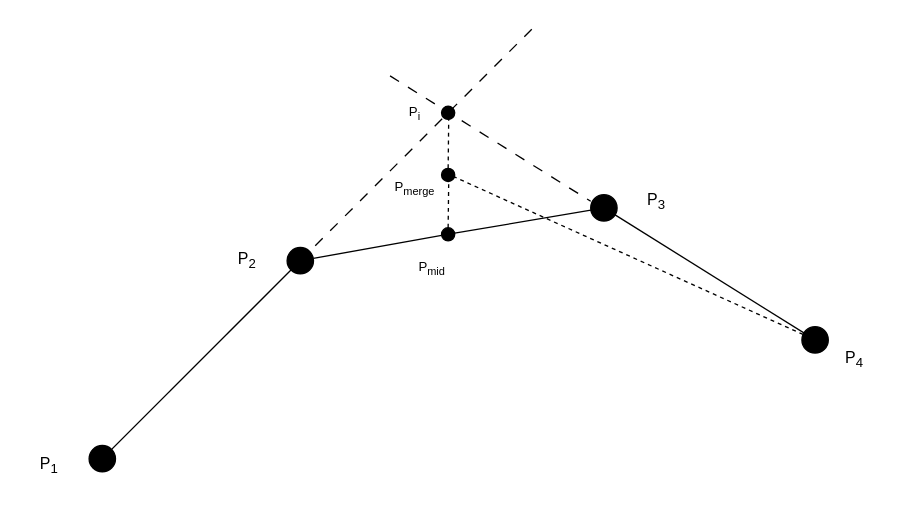
Above: PathFollowing.drawio in Allusteve/DrawioRepo (draw.io), before the change. Source tidied: cells renumbered, new cells numbered last; positions are measured from the earlier drawing's top-left corner, leaving out a move shared by most shapes. Both pictures are drawn from the tidied source at 132%, with x=0, y=0 at pixel (22, 22).
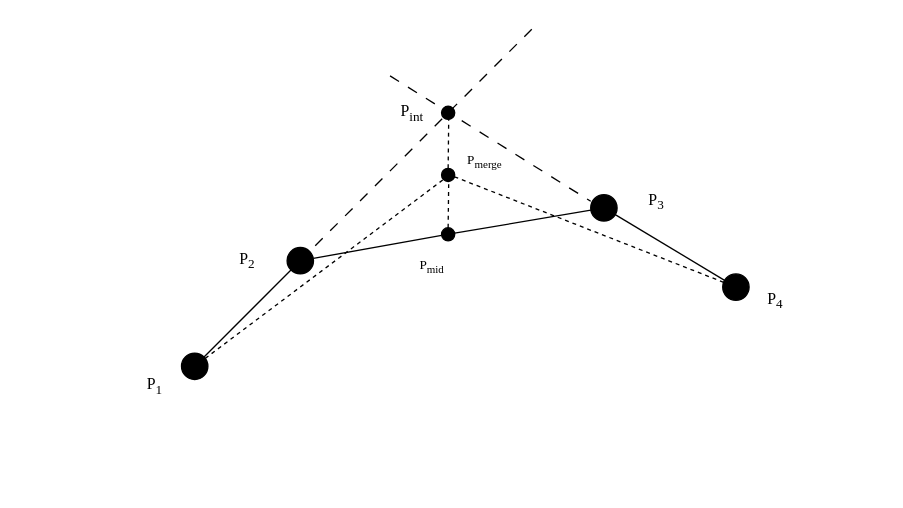
The same diagram, later.

Change to the diagram source:
```diff
@@
-    <mxCell id="2" style="ellipse;whiteSpace=wrap;html=1;fillColor=#000000;" parent="1" vertex="1">
-      <mxGeometry x="50" y="320" width="20" height="20" as="geometry" />
+    <mxCell id="2" style="ellipse;whiteSpace=wrap;html=1;fillColor=#000000;fontFamily=Times New Roman;" parent="1" vertex="1">
+      <mxGeometry x="120" y="250" width="20" height="20" as="geometry" />
     </mxCell>
-    <mxCell id="3" style="ellipse;whiteSpace=wrap;html=1;fillColor=#000000;" parent="1" vertex="1">
+    <mxCell id="3" style="ellipse;whiteSpace=wrap;html=1;fillColor=#000000;fontFamily=Times New Roman;" parent="1" vertex="1">
       <mxGeometry x="200" y="170" width="20" height="20" as="geometry" />
     </mxCell>
-    <mxCell id="4" style="ellipse;whiteSpace=wrap;html=1;fillColor=#000000;" parent="1" vertex="1">
+    <mxCell id="4" style="ellipse;whiteSpace=wrap;html=1;fillColor=#000000;fontFamily=Times New Roman;" parent="1" vertex="1">
       <mxGeometry x="430" y="130" width="20" height="20" as="geometry" />
     </mxCell>
-    <mxCell id="5" style="ellipse;whiteSpace=wrap;html=1;fillColor=#000000;" parent="1" vertex="1">
-      <mxGeometry x="590" y="230" width="20" height="20" as="geometry" />
-    </mxCell>
-    <mxCell id="6" value="P&lt;sub&gt;1&lt;/sub&gt;" style="text;html=1;align=center;verticalAlign=middle;whiteSpace=wrap;rounded=0;" parent="1" vertex="1">
-      <mxGeometry y="320" width="40" height="30" as="geometry" />
+    <mxCell id="6" value="P&lt;sub&gt;1&lt;/sub&gt;" style="text;html=1;align=center;verticalAlign=middle;whiteSpace=wrap;rounded=0;fontFamily=Times New Roman;" parent="1" vertex="1">
+      <mxGeometry x="80" y="260" width="40" height="30" as="geometry" />
     </mxCell>
-    <mxCell id="7" value="P&lt;sub&gt;2&lt;/sub&gt;" style="text;html=1;align=center;verticalAlign=middle;whiteSpace=wrap;rounded=0;" parent="1" vertex="1">
+    <mxCell id="7" value="P&lt;sub&gt;2&lt;/sub&gt;" style="text;html=1;align=center;verticalAlign=middle;whiteSpace=wrap;rounded=0;fontFamily=Times New Roman;" parent="1" vertex="1">
       <mxGeometry x="150" y="165" width="40" height="30" as="geometry" />
     </mxCell>
-    <mxCell id="8" value="P&lt;sub&gt;3&lt;/sub&gt;" style="text;html=1;align=center;verticalAlign=middle;whiteSpace=wrap;rounded=0;" parent="1" vertex="1">
+    <mxCell id="8" value="&lt;font&gt;P&lt;sub&gt;3&lt;/sub&gt;&lt;/font&gt;" style="text;html=1;align=center;verticalAlign=middle;whiteSpace=wrap;rounded=0;fontFamily=Times New Roman;" parent="1" vertex="1">
       <mxGeometry x="460" y="120" width="40" height="30" as="geometry" />
     </mxCell>
-    <mxCell id="9" value="P&lt;sub&gt;4&lt;/sub&gt;" style="text;html=1;align=center;verticalAlign=middle;whiteSpace=wrap;rounded=0;" parent="1" vertex="1">
-      <mxGeometry x="610" y="240" width="40" height="30" as="geometry" />
+    <mxCell id="9" value="P&lt;sub&gt;4&lt;/sub&gt;" style="text;html=1;align=center;verticalAlign=middle;whiteSpace=wrap;rounded=0;fontFamily=Times New Roman;" parent="1" vertex="1">
+      <mxGeometry x="550" y="195" width="40" height="30" as="geometry" />
     </mxCell>
-    <mxCell id="10" style="endArrow=none;html=1;rounded=0;" parent="1" edge="1" source="2" target="3">
+    <mxCell id="10" style="endArrow=none;html=1;rounded=0;fontFamily=Times New Roman;" parent="1" edge="1" source="2" target="3">
       <mxGeometry relative="1" as="geometry" />
     </mxCell>
-    <mxCell id="11" style="endArrow=none;html=1;rounded=0;" parent="1" edge="1" source="18" target="4">
+    <mxCell id="11" style="endArrow=none;html=1;rounded=0;fontFamily=Times New Roman;" parent="1" edge="1" source="18" target="4">
       <mxGeometry relative="1" as="geometry" />
     </mxCell>
-    <mxCell id="12" style="endArrow=none;html=1;rounded=0;" parent="1" edge="1" source="4">
-      <mxGeometry relative="1" as="geometry">
-        <mxPoint x="600" y="240" as="targetPoint" />
-      </mxGeometry>
-    </mxCell>
@@
-    <mxCell id="14" style="ellipse;fillColor=#000000;" parent="1" vertex="1">
+    <mxCell id="14" style="ellipse;fillColor=#000000;fontFamily=Times New Roman;" parent="1" vertex="1">
       <mxGeometry x="317" y="63" width="10" height="10" as="geometry" />
     </mxCell>
@@
-    <mxCell id="16" value="&lt;span&gt;P&lt;sub&gt;i&lt;/sub&gt;&lt;/span&gt;" style="text;html=1;align=center;verticalAlign=middle;whiteSpace=wrap;rounded=0;fontSize=10;" parent="1" vertex="1">
-      <mxGeometry x="277" y="53" width="40" height="30" as="geometry" />
+    <mxCell id="16" value="&lt;span&gt;&lt;font&gt;P&lt;sub&gt;int&lt;/sub&gt;&lt;/font&gt;&lt;/span&gt;" style="text;html=1;align=center;verticalAlign=middle;whiteSpace=wrap;rounded=0;fontSize=12;fontFamily=Times New Roman;" parent="1" vertex="1">
+      <mxGeometry x="280" y="54.5" width="30" height="27" as="geometry" />
     </mxCell>
-    <mxCell id="17" style="endArrow=none;html=1;rounded=0;" parent="1" edge="1" source="3" target="18">
+    <mxCell id="17" style="endArrow=none;html=1;rounded=0;fontFamily=Times New Roman;" parent="1" edge="1" source="3" target="18">
       <mxGeometry relative="1" as="geometry" />
     </mxCell>
-    <mxCell id="18" style="ellipse;fillColor=#000000;" parent="1" vertex="1">
+    <mxCell id="18" style="ellipse;fillColor=#000000;fontFamily=Times New Roman;" parent="1" vertex="1">
       <mxGeometry x="317" y="155" width="10" height="10" as="geometry" />
     </mxCell>
-    <mxCell id="19" value="P&lt;sub&gt;mid&lt;/sub&gt;" style="text;html=1;align=center;verticalAlign=middle;whiteSpace=wrap;rounded=0;fontSize=10;" parent="1" vertex="1">
+    <mxCell id="19" value="&lt;font&gt;P&lt;sub&gt;mid&lt;/sub&gt;&lt;/font&gt;" style="text;html=1;align=center;verticalAlign=middle;whiteSpace=wrap;rounded=0;fontSize=10;fontFamily=Times New Roman;" parent="1" vertex="1">
       <mxGeometry x="290" y="170" width="40" height="30" as="geometry" />
     </mxCell>
-    <mxCell id="20" style="endArrow=none;dashed=1;html=1;rounded=0;entryX=0.546;entryY=0.756;entryDx=0;entryDy=0;entryPerimeter=0;" parent="1" edge="1" source="22" target="14">
+    <mxCell id="20" style="endArrow=none;dashed=1;html=1;rounded=0;entryX=0.546;entryY=0.756;entryDx=0;entryDy=0;entryPerimeter=0;fontFamily=Times New Roman;" parent="1" edge="1" source="22" target="14">
       <mxGeometry relative="1" as="geometry" />
     </mxCell>
-    <mxCell id="21" style="endArrow=none;dashed=1;html=1;rounded=0;entryX=0.546;entryY=0.756;entryDx=0;entryDy=0;entryPerimeter=0;" parent="1" edge="1" source="18" target="22">
+    <mxCell id="21" style="endArrow=none;dashed=1;html=1;rounded=0;entryX=0.546;entryY=0.756;entryDx=0;entryDy=0;entryPerimeter=0;fontFamily=Times New Roman;" parent="1" edge="1" source="18" target="22">
       <mxGeometry relative="1" as="geometry" />
     </mxCell>
-    <mxCell id="22" style="ellipse;fillColor=#000000;" parent="1" vertex="1">
+    <mxCell id="22" style="ellipse;fillColor=#000000;fontFamily=Times New Roman;" parent="1" vertex="1">
       <mxGeometry x="317" y="110" width="10" height="10" as="geometry" />
     </mxCell>
-    <mxCell id="23" value="P&lt;sub&gt;merge&lt;/sub&gt;" style="text;html=1;align=center;verticalAlign=middle;whiteSpace=wrap;rounded=0;fontSize=10;" parent="1" vertex="1">
-      <mxGeometry x="277" y="110" width="40" height="30" as="geometry" />
+    <mxCell id="23" value="&lt;font&gt;P&lt;sub&gt;merge&lt;/sub&gt;&lt;/font&gt;" style="text;html=1;align=center;verticalAlign=middle;whiteSpace=wrap;rounded=0;fontSize=10;fontFamily=Times New Roman;" parent="1" vertex="1">
+      <mxGeometry x="330" y="90" width="40" height="30" as="geometry" />
     </mxCell>
-    <mxCell id="24" style="endArrow=none;dashed=1;html=1;strokeWidth=1;rounded=0;entryX=0.721;entryY=0.542;entryDx=0;entryDy=0;entryPerimeter=0;fontSize=7;" parent="1" edge="1" source="5" target="22">
+    <mxCell id="24" style="endArrow=none;dashed=1;html=1;strokeWidth=1;rounded=0;entryX=0.721;entryY=0.542;entryDx=0;entryDy=0;entryPerimeter=0;fontSize=7;fontFamily=Times New Roman;" parent="1" edge="1" source="5" target="22">
       <mxGeometry relative="1" as="geometry" />
     </mxCell>
+    <mxCell id="25" style="endArrow=none;dashed=1;html=1;strokeWidth=1;rounded=0;entryX=0.674;entryY=0.449;entryDx=0;entryDy=0;entryPerimeter=0;fontSize=7;fontFamily=Times New Roman;" parent="1" edge="1" source="2" target="22">
+      <mxGeometry relative="1" as="geometry" />
+    </mxCell>
+    <mxCell id="26" style="endArrow=none;html=1;rounded=0;fontFamily=Times New Roman;" parent="1" edge="1" source="4" target="5">
+      <mxGeometry relative="1" as="geometry" />
+    </mxCell>
+    <mxCell id="5" style="ellipse;whiteSpace=wrap;html=1;fillColor=#000000;fontFamily=Times New Roman;" parent="1" vertex="1">
+      <mxGeometry x="530" y="190" width="20" height="20" as="geometry" />
+    </mxCell>
```
